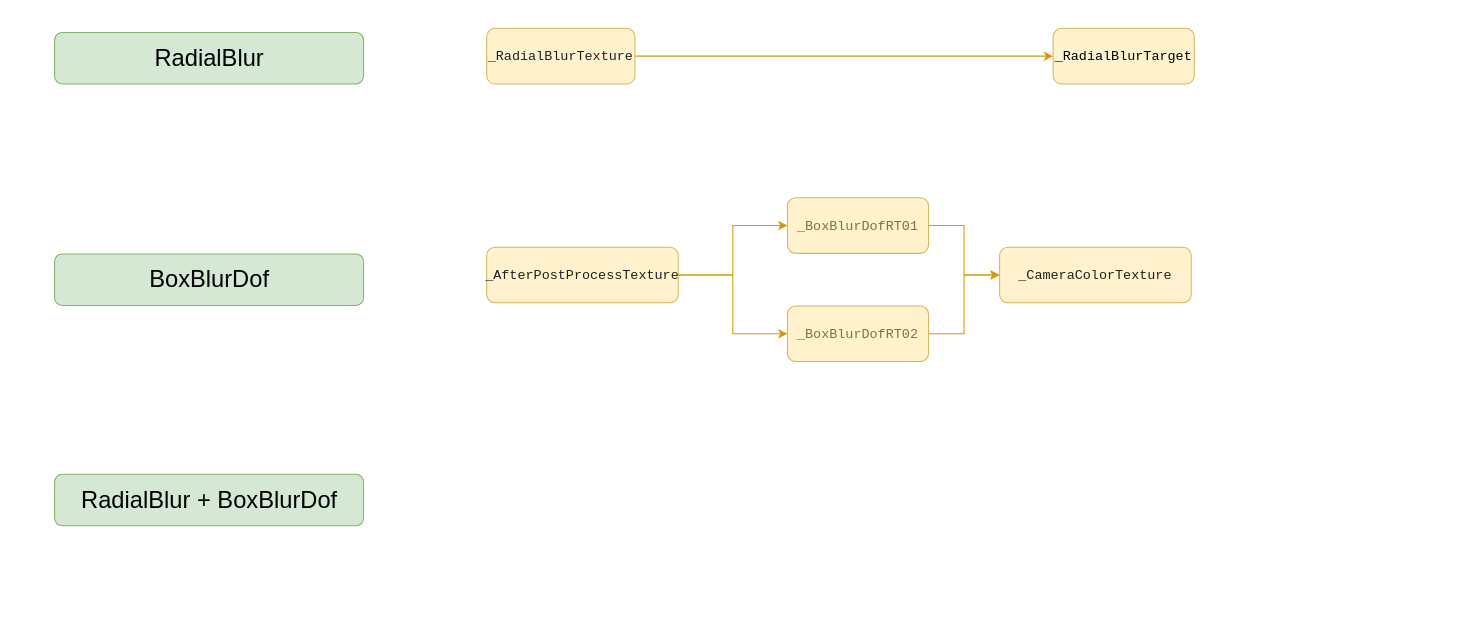
Before: draw.io/未命名绘图.drawio in zane133/DrawIO, a draw.io diagram. Source tidied: cells renumbered, new cells numbered last; positions are measured from the earlier drawing's top-left corner, leaving out a move shared by most shapes. Both pictures are drawn from the tidied source at 103%, with x=0, y=0 at pixel (55, 28).
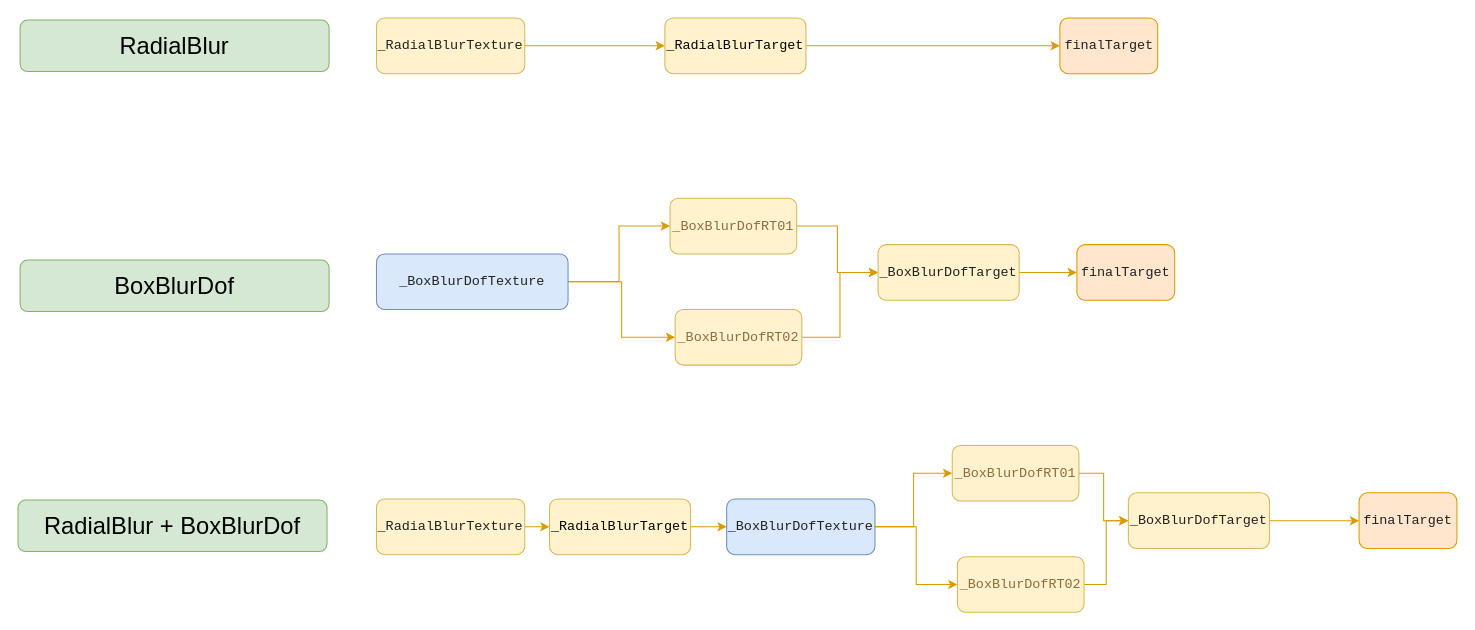
The same page after the edit.

Commit message:
更新未命名绘图.drawio

Diff of the diagram source:
```diff
@@
     <mxCell id="2" value="&lt;font style=&quot;font-size: 23px;&quot;&gt;RadialBlur&lt;/font&gt;" style="rounded=1;whiteSpace=wrap;html=1;fillColor=#d5e8d4;strokeColor=#82b366;glass=0;sketch=0;shadow=0;flipV=1;" parent="1" vertex="1">
-      <mxGeometry x="-0.5" y="4" width="300" height="50" as="geometry" />
+      <mxGeometry x="-34" y="-8" width="300" height="50" as="geometry" />
     </mxCell>
     <mxCell id="3" value="&lt;pre style=&quot;color: rgb(32, 32, 32); font-family: &amp;quot;JetBrains Mono&amp;quot;, monospace; font-size: 9.8pt;&quot;&gt;&lt;span style=&quot;color: rgb(0, 0, 0); font-family: Helvetica; font-size: 23px;&quot;&gt;BoxBlurDof&lt;/span&gt;&lt;br&gt;&lt;/pre&gt;" style="rounded=1;whiteSpace=wrap;html=1;fillColor=#d5e8d4;strokeColor=#82b366;glass=0;sketch=0;shadow=0;flipV=1;" parent="1" vertex="1">
-      <mxGeometry x="-0.5" y="219" width="300" height="50" as="geometry" />
+      <mxGeometry x="-34" y="225" width="300" height="50" as="geometry" />
     </mxCell>
     <mxCell id="4" value="&lt;span style=&quot;font-size: 23px;&quot;&gt;RadialBlur +&amp;nbsp;&lt;/span&gt;&lt;span style=&quot;font-size: 23px; background-color: initial;&quot;&gt;BoxBlurDof&lt;/span&gt;&lt;span style=&quot;font-size: 23px;&quot;&gt;&lt;br&gt;&lt;/span&gt;" style="rounded=1;whiteSpace=wrap;html=1;fillColor=#d5e8d4;strokeColor=#82b366;glass=0;sketch=0;shadow=0;flipV=1;" parent="1" vertex="1">
-      <mxGeometry x="-0.5" y="433" width="300" height="50" as="geometry" />
+      <mxGeometry x="-36" y="458" width="300" height="50" as="geometry" />
     </mxCell>
@@
     <mxCell id="6" value="&lt;pre style=&quot;color: rgb(32, 32, 32); font-family: &amp;quot;JetBrains Mono&amp;quot;, monospace; font-size: 9.8pt;&quot;&gt;_RadialBlurTexture&lt;/pre&gt;" style="rounded=1;whiteSpace=wrap;html=1;fillColor=#fff2cc;strokeColor=#d6b656;glass=0;sketch=0;shadow=0;" parent="1" vertex="1">
-      <mxGeometry x="419" width="144" height="54" as="geometry" />
+      <mxGeometry x="312" y="-10" width="144" height="54" as="geometry" />
     </mxCell>
+    <mxCell id="16" style="edgeStyle=orthogonalEdgeStyle;jettySize=auto;html=1;fontColor=#000000;rounded=0;fillColor=#ffe6cc;strokeColor=#d79b00;" parent="1" edge="1" source="7" target="18">
+      <mxGeometry relative="1" as="geometry" />
+    </mxCell>
     <mxCell id="7" value="&lt;pre style=&quot;font-family: &amp;quot;JetBrains Mono&amp;quot;, monospace; font-size: 9.8pt;&quot;&gt;_RadialBlurTarget&lt;/pre&gt;" style="rounded=1;whiteSpace=wrap;html=1;fillColor=#fff2cc;strokeColor=#d6b656;glass=0;sketch=0;shadow=0;" parent="1" vertex="1">
-      <mxGeometry x="969" width="137" height="54" as="geometry" />
+      <mxGeometry x="592" y="-10" width="137" height="54" as="geometry" />
     </mxCell>
@@
-    <mxCell id="10" value="&lt;pre style=&quot;color: rgb(32, 32, 32); font-family: &amp;quot;JetBrains Mono&amp;quot;, monospace; font-size: 9.8pt;&quot;&gt;_AfterPostProcessTexture&lt;/pre&gt;" style="rounded=1;whiteSpace=wrap;html=1;fillColor=#fff2cc;strokeColor=#d6b656;glass=0;sketch=0;shadow=0;" parent="1" vertex="1">
-      <mxGeometry x="419" y="212.5" width="186" height="54" as="geometry" />
+    <mxCell id="10" value="&lt;pre style=&quot;color: rgb(32, 32, 32); font-family: &amp;quot;JetBrains Mono&amp;quot;, monospace; font-size: 9.8pt;&quot;&gt;&lt;pre style=&quot;font-family: &amp;quot;JetBrains Mono&amp;quot;, monospace; font-size: 9.8pt;&quot;&gt;_BoxBlurDofTexture&lt;/pre&gt;&lt;/pre&gt;" style="rounded=1;whiteSpace=wrap;html=1;fillColor=#dae8fc;strokeColor=#6c8ebf;glass=0;sketch=0;shadow=0;" parent="1" vertex="1">
+      <mxGeometry x="312" y="219" width="186" height="54" as="geometry" />
     </mxCell>
@@
     <mxCell id="12" value="&lt;pre style=&quot;font-family: &amp;quot;JetBrains Mono&amp;quot;, monospace; font-size: 9.8pt;&quot;&gt;&lt;pre style=&quot;color: rgb(32, 32, 32); font-family: &amp;quot;JetBrains Mono&amp;quot;, monospace; font-size: 9.8pt;&quot;&gt;&lt;span style=&quot;color:#8c6c41;&quot;&gt;_BoxBlurDofRT01&lt;/span&gt;&lt;/pre&gt;&lt;/pre&gt;" style="rounded=1;whiteSpace=wrap;html=1;fillColor=#fff2cc;strokeColor=#d6b656;glass=0;sketch=0;shadow=0;" parent="1" vertex="1">
-      <mxGeometry x="711" y="164.5" width="137" height="54" as="geometry" />
+      <mxGeometry x="597" y="165" width="123" height="54" as="geometry" />
     </mxCell>
@@
     <mxCell id="14" value="&lt;pre style=&quot;font-family: &amp;quot;JetBrains Mono&amp;quot;, monospace; font-size: 9.8pt;&quot;&gt;&lt;pre style=&quot;color: rgb(32, 32, 32); font-family: &amp;quot;JetBrains Mono&amp;quot;, monospace; font-size: 9.8pt;&quot;&gt;&lt;span style=&quot;color:#8c6c41;&quot;&gt;_BoxBlurDofRT02&lt;/span&gt;&lt;/pre&gt;&lt;/pre&gt;" style="rounded=1;whiteSpace=wrap;html=1;fillColor=#fff2cc;strokeColor=#d6b656;glass=0;sketch=0;shadow=0;" parent="1" vertex="1">
-      <mxGeometry x="711" y="269.5" width="137" height="54" as="geometry" />
+      <mxGeometry x="602" y="273" width="123" height="54" as="geometry" />
     </mxCell>
+    <mxCell id="17" style="edgeStyle=orthogonalEdgeStyle;rounded=0;jettySize=auto;html=1;entryX=0;entryY=0.5;entryDx=0;entryDy=0;fontColor=#000000;fillColor=#ffe6cc;strokeColor=#d79b00;" parent="1" edge="1" source="15" target="19">
+      <mxGeometry relative="1" as="geometry" />
+    </mxCell>
-    <mxCell id="15" value="&lt;pre style=&quot;color: rgb(32, 32, 32); font-family: &amp;quot;JetBrains Mono&amp;quot;, monospace; font-size: 9.8pt;&quot;&gt;_CameraColorTexture&lt;/pre&gt;" style="rounded=1;whiteSpace=wrap;html=1;fillColor=#fff2cc;strokeColor=#d6b656;glass=0;sketch=0;shadow=0;" parent="1" vertex="1">
-      <mxGeometry x="917" y="212.5" width="186" height="54" as="geometry" />
+    <mxCell id="15" value="&lt;pre style=&quot;color: rgb(32, 32, 32); font-family: &amp;quot;JetBrains Mono&amp;quot;, monospace; font-size: 9.8pt;&quot;&gt;&lt;pre style=&quot;font-size: 9.8pt; font-family: &amp;quot;JetBrains Mono&amp;quot;, monospace;&quot;&gt;_BoxBlurDofTarget&lt;/pre&gt;&lt;/pre&gt;" style="rounded=1;whiteSpace=wrap;html=1;fillColor=#fff2cc;strokeColor=#d6b656;glass=0;sketch=0;shadow=0;" parent="1" vertex="1">
+      <mxGeometry x="799" y="210" width="137" height="54" as="geometry" />
     </mxCell>
+    <mxCell id="18" value="&lt;pre style=&quot;font-family: &amp;quot;JetBrains Mono&amp;quot;, monospace; font-size: 9.8pt;&quot;&gt;&lt;pre style=&quot;text-align: left; color: rgb(32, 32, 32); font-family: &amp;quot;JetBrains Mono&amp;quot;, monospace; font-size: 9.8pt;&quot;&gt;finalTarget&lt;/pre&gt;&lt;/pre&gt;" style="rounded=1;whiteSpace=wrap;html=1;fillColor=#ffe6cc;strokeColor=#d79b00;glass=0;sketch=0;shadow=0;" parent="1" vertex="1">
+      <mxGeometry x="975.5" y="-10" width="95" height="54" as="geometry" />
+    </mxCell>
+    <mxCell id="19" value="&lt;pre style=&quot;font-family: &amp;quot;JetBrains Mono&amp;quot;, monospace; font-size: 9.8pt;&quot;&gt;&lt;pre style=&quot;text-align: left; color: rgb(32, 32, 32); font-family: &amp;quot;JetBrains Mono&amp;quot;, monospace; font-size: 9.8pt;&quot;&gt;finalTarget&lt;/pre&gt;&lt;/pre&gt;" style="rounded=1;whiteSpace=wrap;html=1;fillColor=#ffe6cc;strokeColor=#d79b00;glass=0;sketch=0;shadow=0;" parent="1" vertex="1">
+      <mxGeometry x="992" y="210" width="95" height="54" as="geometry" />
+    </mxCell>
+    <mxCell id="20" style="edgeStyle=orthogonalEdgeStyle;rounded=0;jettySize=auto;html=1;entryX=0;entryY=0.5;entryDx=0;entryDy=0;fontColor=#000000;fillColor=#ffe6cc;strokeColor=#d79b00;" parent="1" edge="1" source="21" target="23">
+      <mxGeometry relative="1" as="geometry" />
+    </mxCell>
+    <mxCell id="21" value="&lt;pre style=&quot;color: rgb(32, 32, 32); font-family: &amp;quot;JetBrains Mono&amp;quot;, monospace; font-size: 9.8pt;&quot;&gt;_RadialBlurTexture&lt;/pre&gt;" style="rounded=1;whiteSpace=wrap;html=1;fillColor=#fff2cc;strokeColor=#d6b656;glass=0;sketch=0;shadow=0;" parent="1" vertex="1">
+      <mxGeometry x="312" y="457" width="144" height="54" as="geometry" />
+    </mxCell>
+    <mxCell id="22" style="edgeStyle=orthogonalEdgeStyle;rounded=0;jettySize=auto;html=1;fontColor=#000000;fillColor=#ffe6cc;strokeColor=#d79b00;" parent="1" edge="1" source="23" target="26">
+      <mxGeometry relative="1" as="geometry" />
+    </mxCell>
+    <mxCell id="23" value="&lt;pre style=&quot;font-family: &amp;quot;JetBrains Mono&amp;quot;, monospace; font-size: 9.8pt;&quot;&gt;_RadialBlurTarget&lt;/pre&gt;" style="rounded=1;whiteSpace=wrap;html=1;fillColor=#fff2cc;strokeColor=#d6b656;glass=0;sketch=0;shadow=0;" parent="1" vertex="1">
+      <mxGeometry x="480" y="457" width="137" height="54" as="geometry" />
+    </mxCell>
+    <mxCell id="24" style="edgeStyle=orthogonalEdgeStyle;rounded=0;jettySize=auto;html=1;fontColor=#000000;fillColor=#ffe6cc;strokeColor=#d79b00;" parent="1" edge="1" source="26" target="28">
+      <mxGeometry relative="1" as="geometry" />
+    </mxCell>
+    <mxCell id="25" style="edgeStyle=orthogonalEdgeStyle;rounded=0;jettySize=auto;html=1;entryX=0;entryY=0.5;entryDx=0;entryDy=0;fontColor=#000000;fillColor=#ffe6cc;strokeColor=#d79b00;" parent="1" edge="1" source="26" target="30">
+      <mxGeometry relative="1" as="geometry" />
+    </mxCell>
+    <mxCell id="26" value="&lt;pre style=&quot;color: rgb(32, 32, 32); font-family: &amp;quot;JetBrains Mono&amp;quot;, monospace; font-size: 9.8pt;&quot;&gt;&lt;pre style=&quot;font-family: &amp;quot;JetBrains Mono&amp;quot;, monospace; font-size: 9.8pt;&quot;&gt;_BoxBlurDofTexture&lt;/pre&gt;&lt;/pre&gt;" style="rounded=1;whiteSpace=wrap;html=1;fillColor=#dae8fc;strokeColor=#6c8ebf;glass=0;sketch=0;shadow=0;" parent="1" vertex="1">
+      <mxGeometry x="652" y="457" width="144" height="54" as="geometry" />
+    </mxCell>
+    <mxCell id="27" style="edgeStyle=orthogonalEdgeStyle;rounded=0;jettySize=auto;html=1;fontColor=#000000;fillColor=#ffe6cc;strokeColor=#d79b00;" parent="1" edge="1" source="28" target="32">
+      <mxGeometry relative="1" as="geometry" />
+    </mxCell>
+    <mxCell id="28" value="&lt;pre style=&quot;font-family: &amp;quot;JetBrains Mono&amp;quot;, monospace; font-size: 9.8pt;&quot;&gt;&lt;pre style=&quot;color: rgb(32, 32, 32); font-family: &amp;quot;JetBrains Mono&amp;quot;, monospace; font-size: 9.8pt;&quot;&gt;&lt;span style=&quot;color:#8c6c41;&quot;&gt;_BoxBlurDofRT01&lt;/span&gt;&lt;/pre&gt;&lt;/pre&gt;" style="rounded=1;whiteSpace=wrap;html=1;fillColor=#fff2cc;strokeColor=#d6b656;glass=0;sketch=0;shadow=0;" parent="1" vertex="1">
+      <mxGeometry x="871" y="405" width="123" height="54" as="geometry" />
+    </mxCell>
+    <mxCell id="29" style="edgeStyle=orthogonalEdgeStyle;rounded=0;jettySize=auto;html=1;entryX=0;entryY=0.5;entryDx=0;entryDy=0;fontColor=#000000;fillColor=#ffe6cc;strokeColor=#d79b00;" parent="1" edge="1" source="30" target="32">
+      <mxGeometry relative="1" as="geometry" />
+    </mxCell>
+    <mxCell id="30" value="&lt;pre style=&quot;font-family: &amp;quot;JetBrains Mono&amp;quot;, monospace; font-size: 9.8pt;&quot;&gt;&lt;pre style=&quot;color: rgb(32, 32, 32); font-family: &amp;quot;JetBrains Mono&amp;quot;, monospace; font-size: 9.8pt;&quot;&gt;&lt;span style=&quot;color:#8c6c41;&quot;&gt;_BoxBlurDofRT02&lt;/span&gt;&lt;/pre&gt;&lt;/pre&gt;" style="rounded=1;whiteSpace=wrap;html=1;fillColor=#fff2cc;strokeColor=#d6b656;glass=0;sketch=0;shadow=0;" parent="1" vertex="1">
+      <mxGeometry x="876" y="513" width="123" height="54" as="geometry" />
+    </mxCell>
+    <mxCell id="31" style="edgeStyle=orthogonalEdgeStyle;rounded=0;jettySize=auto;html=1;fontColor=#000000;fillColor=#ffe6cc;strokeColor=#d79b00;entryX=0;entryY=0.5;entryDx=0;entryDy=0;" parent="1" edge="1" source="32" target="33">
+      <mxGeometry relative="1" as="geometry" />
+    </mxCell>
+    <mxCell id="32" value="&lt;pre style=&quot;color: rgb(32, 32, 32); font-family: &amp;quot;JetBrains Mono&amp;quot;, monospace; font-size: 9.8pt;&quot;&gt;&lt;pre style=&quot;font-size: 9.8pt; font-family: &amp;quot;JetBrains Mono&amp;quot;, monospace;&quot;&gt;_BoxBlurDofTarget&lt;/pre&gt;&lt;/pre&gt;" style="rounded=1;whiteSpace=wrap;html=1;fillColor=#fff2cc;strokeColor=#d6b656;glass=0;sketch=0;shadow=0;" parent="1" vertex="1">
+      <mxGeometry x="1042" y="451" width="137" height="54" as="geometry" />
+    </mxCell>
+    <mxCell id="33" value="&lt;pre style=&quot;font-family: &amp;quot;JetBrains Mono&amp;quot;, monospace; font-size: 9.8pt;&quot;&gt;&lt;pre style=&quot;text-align: left; color: rgb(32, 32, 32); font-family: &amp;quot;JetBrains Mono&amp;quot;, monospace; font-size: 9.8pt;&quot;&gt;finalTarget&lt;/pre&gt;&lt;/pre&gt;" style="rounded=1;whiteSpace=wrap;html=1;fillColor=#ffe6cc;strokeColor=#d79b00;glass=0;sketch=0;shadow=0;" parent="1" vertex="1">
+      <mxGeometry x="1266" y="451" width="95" height="54" as="geometry" />
+    </mxCell>
```
